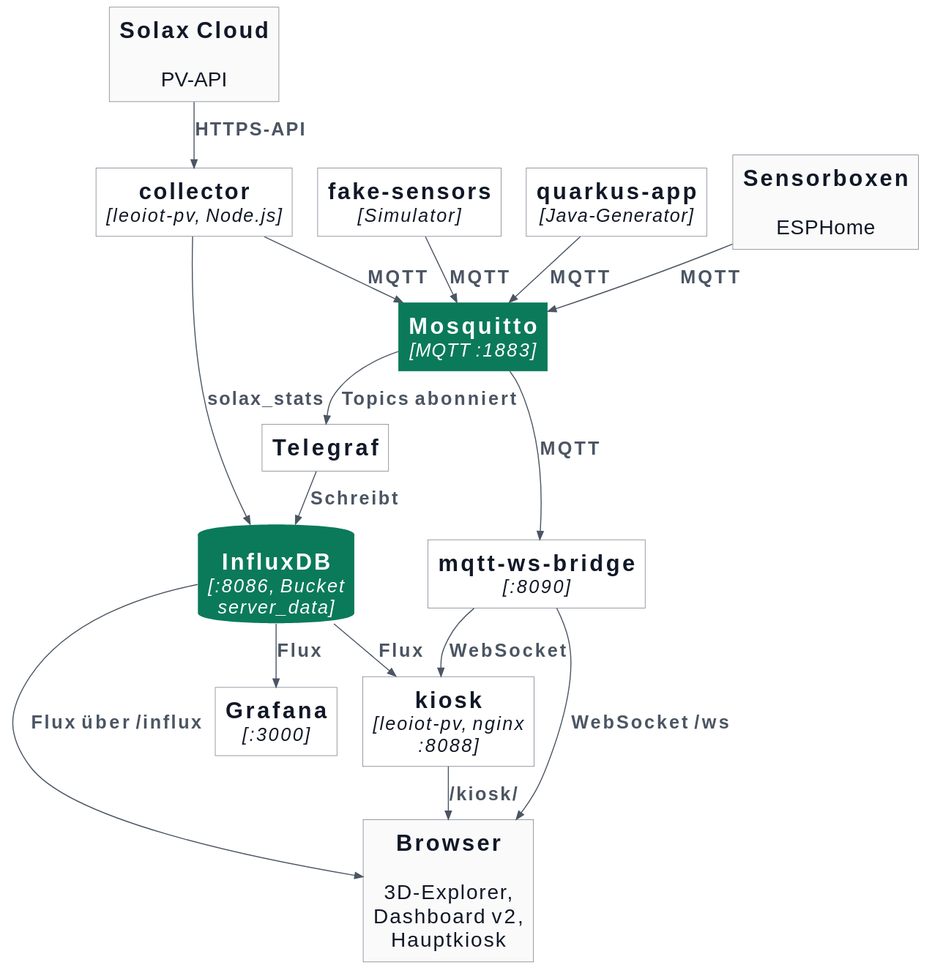
Above: src/assets/diagrams/architecture.svg in 2526-4ahitm-itp/2526-4ahitm-leoiot-dashboard (PlantUML), before the change.
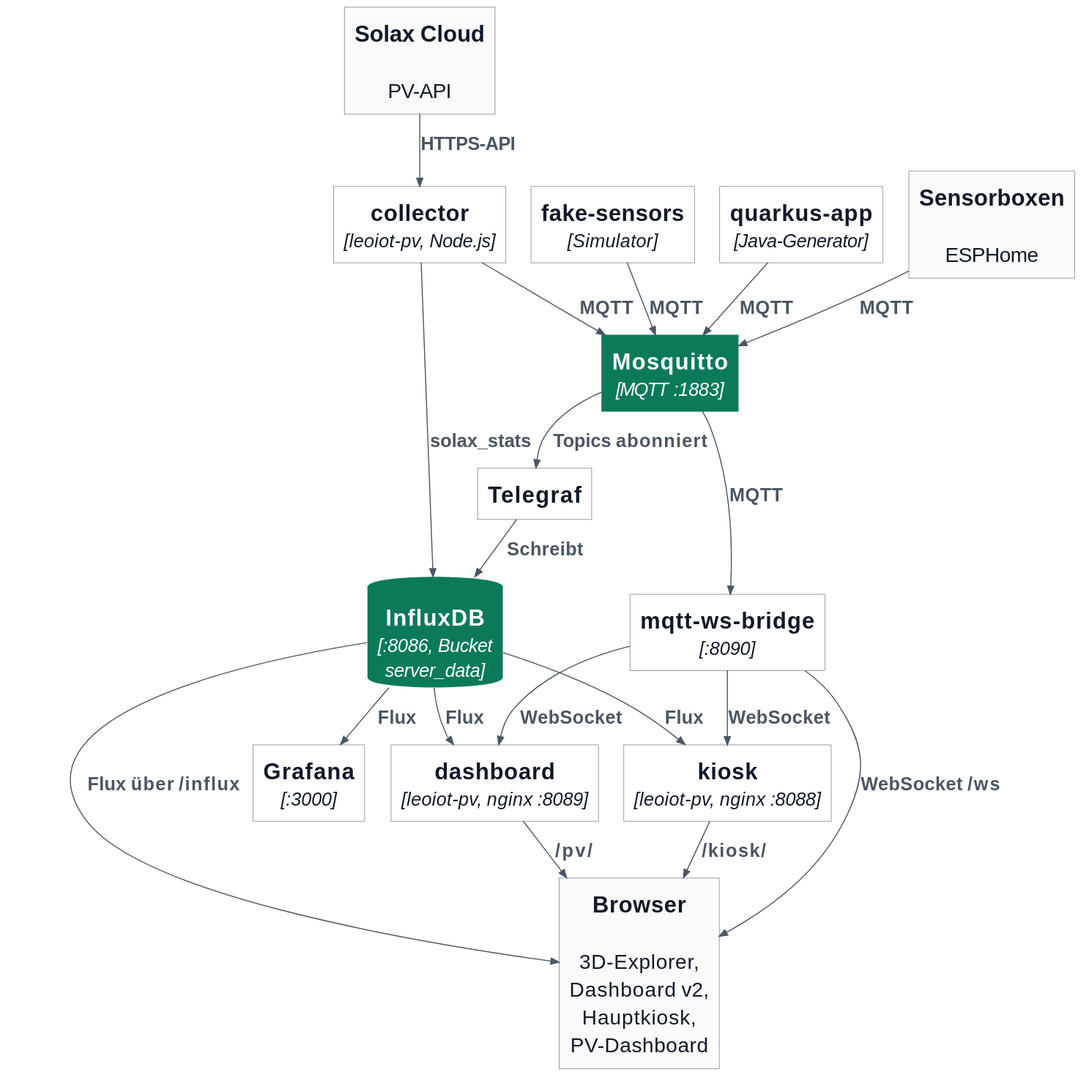
Above is the later version.

Commit message:
docs(pv): show the dashboard in the architecture diagram

The edit, as a diff of the source:
```diff
@@ -59,8 +59,9 @@
 
 Container(collector, "collector", "leoiot-pv, Node.js")
 Container(kiosk, "kiosk", "leoiot-pv, nginx :8088")
+Container(dashboard, "dashboard", "leoiot-pv, nginx :8089")
 
-System_Ext(browser, "Browser", "3D-Explorer, Dashboard v2, Hauptkiosk")
+System_Ext(browser, "Browser", "3D-Explorer, Dashboard v2, Hauptkiosk, PV-Dashboard")
 
 Rel(sensors, mosquitto, "MQTT")
 Rel(fake, mosquitto, "MQTT")
@@ -76,5 +77,8 @@
 Rel(influx, browser, "Flux über /influx")
 Rel(influx, kiosk, "Flux")
 Rel(bridge, kiosk, "WebSocket")
+Rel(influx, dashboard, "Flux")
+Rel(bridge, dashboard, "WebSocket")
 Rel(kiosk, browser, "/kiosk/")
+Rel(dashboard, browser, "/pv/")
 @enduml
```
